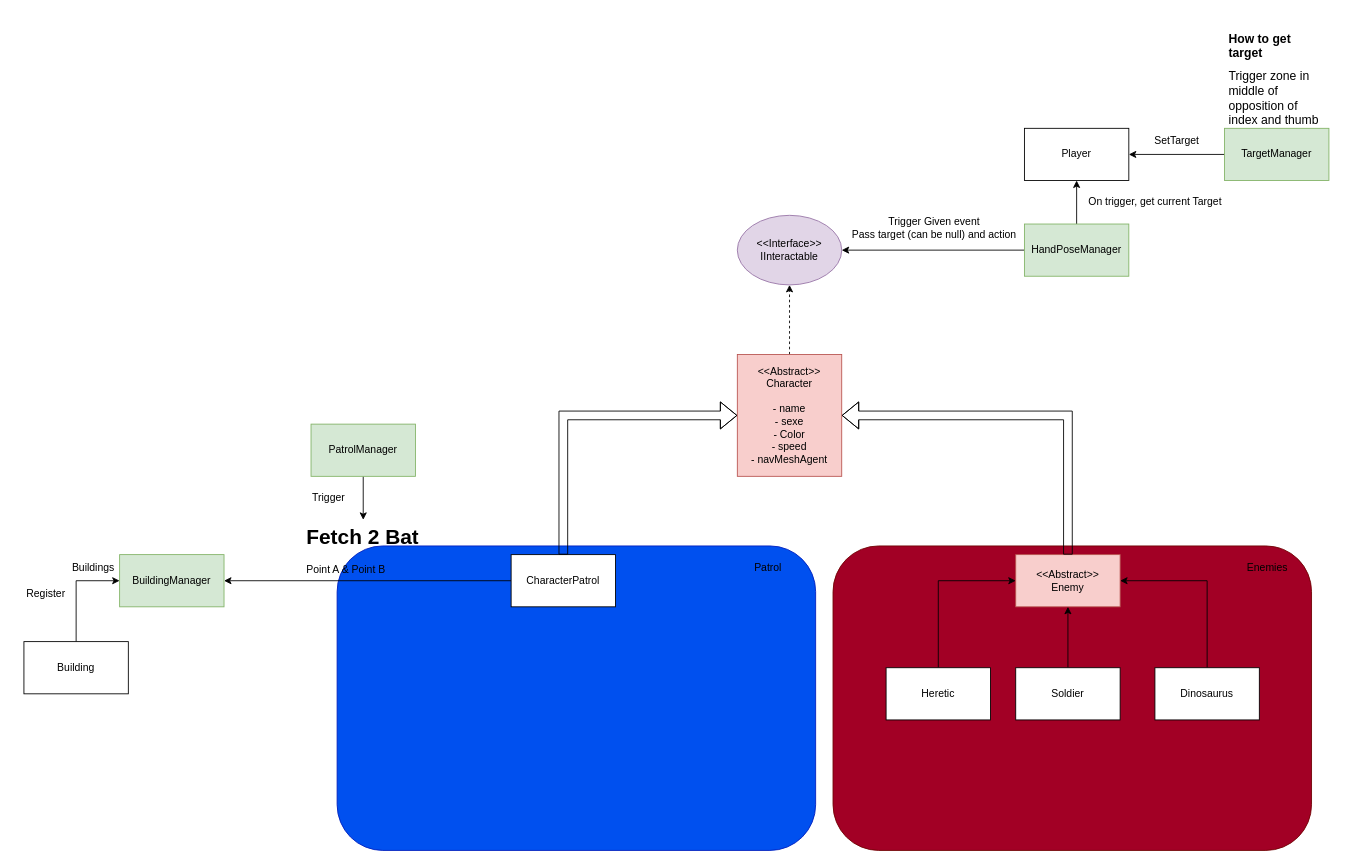
Earlier version of the draw.io diagram Archi.drawio (KillianBiou/GOD). Source tidied: cells renumbered, new cells numbered last; positions are measured from the earlier drawing's top-left corner, leaving out a move shared by most shapes. Both pictures are drawn from the tidied source at 87%, with x=0, y=0 at pixel (15, 32).
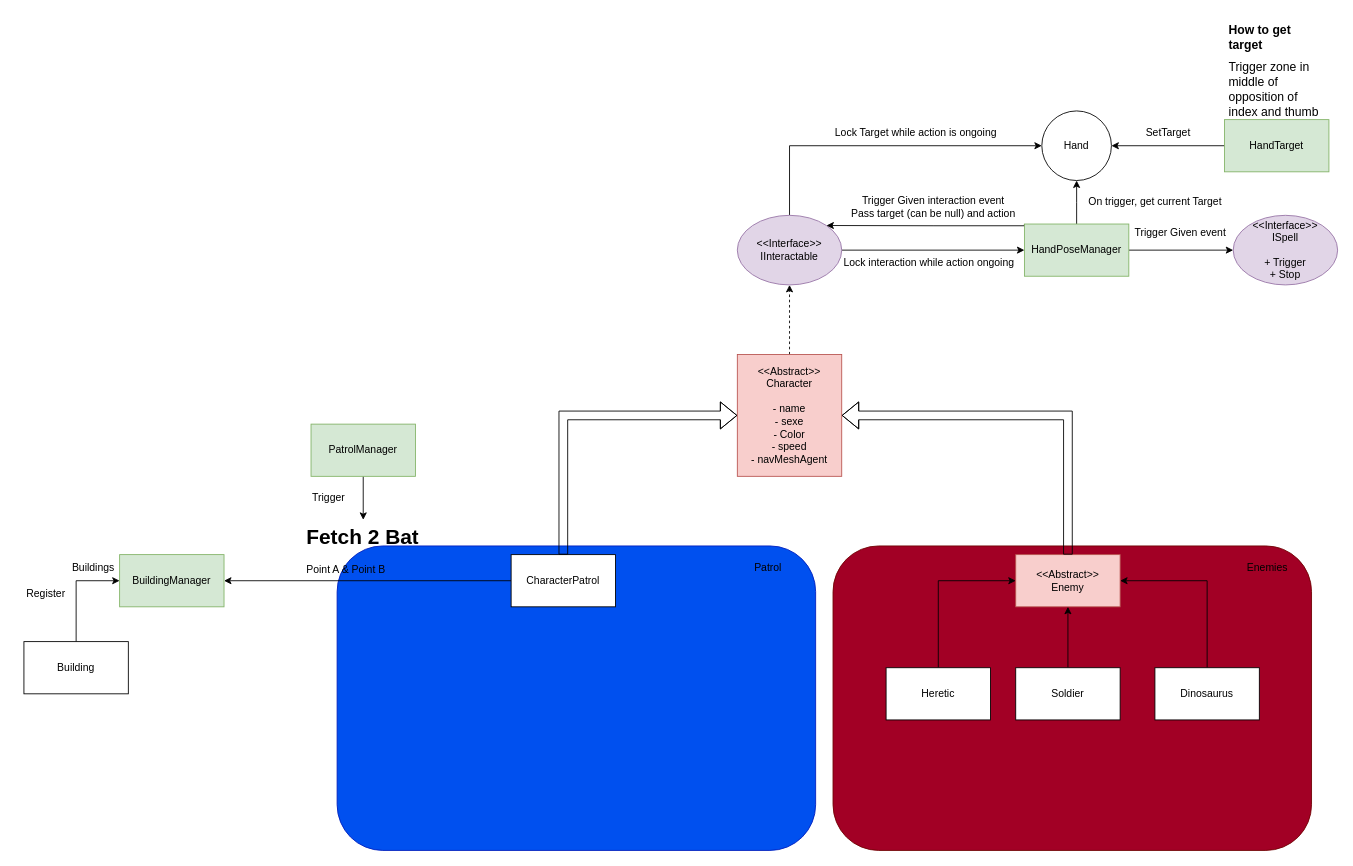
After the change.

Commit message:
Mettre à jour Archi.drawio

Unchanged cells that the change refers to:
```xml
<mxCell id="22" value="&amp;lt;&amp;lt;Interface&amp;gt;&amp;gt;&lt;br&gt;IInteractable" style="ellipse;whiteSpace=wrap;html=1;fillColor=#e1d5e7;strokeColor=#9673a6;" parent="1" vertex="1">
  <mxGeometry x="830" y="210" width="120" height="80" as="geometry" />
</mxCell>
<mxCell id="32" value="HandPoseManager" style="rounded=0;whiteSpace=wrap;html=1;fillColor=#d5e8d4;strokeColor=#82b366;" parent="1" vertex="1">
  <mxGeometry x="1160" y="220" width="120" height="60" as="geometry" />
</mxCell>
```

The edit, as a diff of the source:
```diff
@@
+    <mxCell id="39" style="edgeStyle=orthogonalEdgeStyle;rounded=0;jettySize=auto;html=1;entryX=0;entryY=0.5;entryDx=0;entryDy=0;" parent="1" edge="1" source="22" target="45">
+      <mxGeometry relative="1" as="geometry">
+        <Array as="points">
+          <mxPoint x="890" y="130" />
+        </Array>
+      </mxGeometry>
+    </mxCell>
+    <mxCell id="40" style="edgeStyle=orthogonalEdgeStyle;rounded=0;jettySize=auto;html=1;entryX=0;entryY=0.5;entryDx=0;entryDy=0;" parent="1" edge="1" source="22" target="32">
+      <mxGeometry relative="1" as="geometry" />
+    </mxCell>
@@
-    <mxCell id="29" value="Player" style="rounded=0;whiteSpace=wrap;html=1;" parent="1" vertex="1">
-      <mxGeometry x="1160" y="110" width="120" height="60" as="geometry" />
-    </mxCell>
-    <mxCell id="30" style="edgeStyle=orthogonalEdgeStyle;rounded=0;jettySize=auto;html=1;entryX=1;entryY=0.5;entryDx=0;entryDy=0;" parent="1" edge="1" source="32" target="22">
-      <mxGeometry relative="1" as="geometry" />
+    <mxCell id="30" style="edgeStyle=orthogonalEdgeStyle;rounded=0;jettySize=auto;html=1;entryX=1;entryY=0;entryDx=0;entryDy=0;exitX=0;exitY=0;exitDx=0;exitDy=0;" parent="1" edge="1" source="32" target="22">
+      <mxGeometry relative="1" as="geometry">
+        <Array as="points">
+          <mxPoint x="1160" y="222" />
+          <mxPoint x="1055" y="222" />
+        </Array>
+      </mxGeometry>
     </mxCell>
-    <mxCell id="31" style="edgeStyle=orthogonalEdgeStyle;rounded=0;jettySize=auto;html=1;entryX=0.5;entryY=1;entryDx=0;entryDy=0;" parent="1" edge="1" source="32" target="29">
-      <mxGeometry relative="1" as="geometry" />
+    <mxCell id="31" style="edgeStyle=orthogonalEdgeStyle;rounded=0;jettySize=auto;html=1;entryX=0.5;entryY=1;entryDx=0;entryDy=0;" parent="1" edge="1" source="32">
+      <mxGeometry relative="1" as="geometry">
+        <mxPoint x="1220" y="170" as="targetPoint" />
+      </mxGeometry>
     </mxCell>
+    <mxCell id="41" style="edgeStyle=orthogonalEdgeStyle;rounded=0;jettySize=auto;html=1;entryX=0;entryY=0.5;entryDx=0;entryDy=0;" parent="1" edge="1" source="32" target="42">
+      <mxGeometry relative="1" as="geometry" />
+    </mxCell>
@@
-    <mxCell id="33" value="Trigger Given event&lt;br&gt;Pass target (can be null) and action" style="text;html=1;align=center;verticalAlign=middle;strokeColor=none;fillColor=none;" parent="1" vertex="1">
-      <mxGeometry x="951" y="205" width="210" height="40" as="geometry" />
+    <mxCell id="33" value="Trigger Given interaction event&lt;br&gt;Pass target (can be null) and action" style="text;html=1;align=center;verticalAlign=middle;strokeColor=none;fillColor=none;" parent="1" vertex="1">
+      <mxGeometry x="950" y="180" width="210" height="40" as="geometry" />
     </mxCell>
@@
-    <mxCell id="35" style="edgeStyle=orthogonalEdgeStyle;rounded=0;jettySize=auto;html=1;entryX=1;entryY=0.5;entryDx=0;entryDy=0;" parent="1" edge="1" source="36" target="29">
+    <mxCell id="35" style="edgeStyle=orthogonalEdgeStyle;rounded=0;jettySize=auto;html=1;entryX=1;entryY=0.5;entryDx=0;entryDy=0;" parent="1" edge="1" source="36" target="45">
       <mxGeometry relative="1" as="geometry" />
     </mxCell>
-    <mxCell id="36" value="TargetManager" style="rounded=0;whiteSpace=wrap;html=1;fillColor=#d5e8d4;strokeColor=#82b366;" parent="1" vertex="1">
-      <mxGeometry x="1390" y="110" width="120" height="60" as="geometry" />
+    <mxCell id="36" value="HandTarget" style="rounded=0;whiteSpace=wrap;html=1;fillColor=#d5e8d4;strokeColor=#82b366;" parent="1" vertex="1">
+      <mxGeometry x="1390" y="100" width="120" height="60" as="geometry" />
     </mxCell>
     <mxCell id="37" value="SetTarget" style="text;html=1;align=center;verticalAlign=middle;strokeColor=none;fillColor=none;" parent="1" vertex="1">
-      <mxGeometry x="1300" y="110" width="70" height="30" as="geometry" />
+      <mxGeometry x="1290" y="100" width="70" height="30" as="geometry" />
     </mxCell>
     <mxCell id="38" value="&lt;h1 style=&quot;font-size: 14px;&quot;&gt;&lt;font style=&quot;font-size: 14px;&quot;&gt;How to get target&lt;/font&gt;&lt;/h1&gt;&lt;div style=&quot;font-size: 14px;&quot;&gt;&lt;font style=&quot;font-size: 14px;&quot;&gt;Trigger zone in middle of opposition of index and thumb&lt;/font&gt;&lt;/div&gt;" style="text;html=1;spacing=5;spacingTop=-20;whiteSpace=wrap;overflow=hidden;rounded=0;" parent="1" vertex="1">
-      <mxGeometry x="1390" width="120" height="110" as="geometry" />
+      <mxGeometry x="1390" y="-10" width="120" height="110" as="geometry" />
     </mxCell>
+    <mxCell id="42" value="&amp;lt;&amp;lt;Interface&amp;gt;&amp;gt;&lt;br&gt;ISpell&lt;br&gt;&lt;br&gt;+ Trigger&lt;br&gt;+ Stop" style="ellipse;whiteSpace=wrap;html=1;fillColor=#e1d5e7;strokeColor=#9673a6;" parent="1" vertex="1">
+      <mxGeometry x="1400" y="210" width="120" height="80" as="geometry" />
+    </mxCell>
+    <mxCell id="43" value="Trigger Given event" style="text;html=1;align=center;verticalAlign=middle;strokeColor=none;fillColor=none;" parent="1" vertex="1">
+      <mxGeometry x="1274" y="215" width="130" height="30" as="geometry" />
+    </mxCell>
+    <mxCell id="44" value="Lock Target while action is ongoing" style="text;html=1;align=center;verticalAlign=middle;strokeColor=none;fillColor=none;" parent="1" vertex="1">
+      <mxGeometry x="930" y="100" width="210" height="30" as="geometry" />
+    </mxCell>
+    <mxCell id="45" value="Hand" style="ellipse;whiteSpace=wrap;html=1;" parent="1" vertex="1">
+      <mxGeometry x="1180" y="90" width="80" height="80" as="geometry" />
+    </mxCell>
+    <mxCell id="46" value="Lock interaction while action ongoing" style="text;html=1;align=center;verticalAlign=middle;strokeColor=none;fillColor=none;" parent="1" vertex="1">
+      <mxGeometry x="940" y="250" width="220" height="30" as="geometry" />
+    </mxCell>
```
